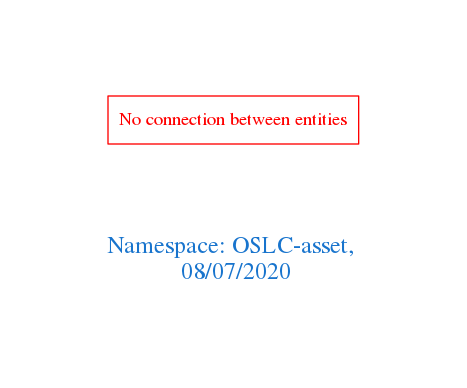
Before: downloads/OSLC-asset.png, a diagram exported from Graphviz (arago/OGIT). Its source is kept beside it as downloads/OSLC-asset.dot. Its diagram source:
```dot
digraph OGIT_ontology {
 graph [ rankdir= LR,pad=1
fontsize = 18,
fontcolor= dodgerblue3,label = "\n\n\nNamespace: OSLC-asset, \n 08/07/2020"];
node[shape=polygon];
edge [  color="gray81"];

"No connection between entities" [fontcolor = "red",color="red", shape="polygon"]
}
```
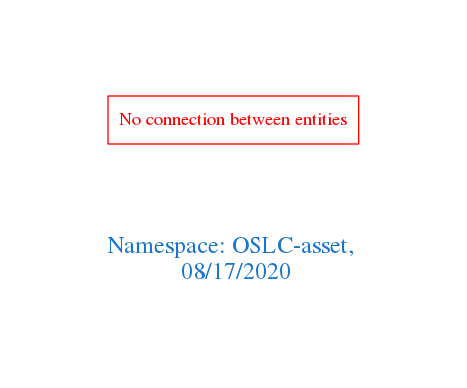
After the commit.

What changed in the source:
```diff
@@ -1,7 +1,7 @@
 digraph OGIT_ontology {
  graph [ rankdir= LR,pad=1
 fontsize = 18,
-fontcolor= dodgerblue3,label = "\n\n\nNamespace: OSLC-asset, \n 08/07/2020"];
+fontcolor= dodgerblue3,label = "\n\n\nNamespace: OSLC-asset, \n 08/17/2020"];
 node[shape=polygon];
 edge [  color="gray81"];
 
```
